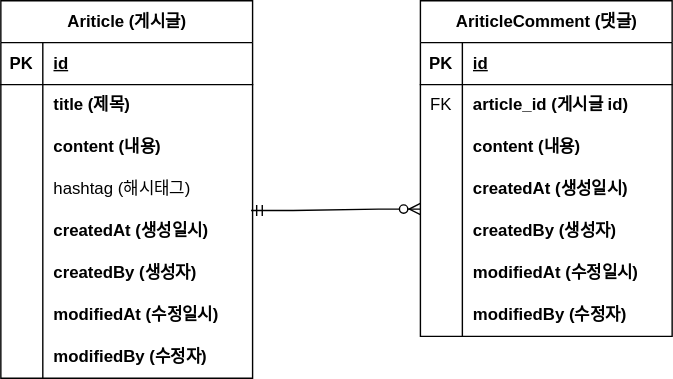
The draw.io diagram project-board-erd.svg in gjehdalshh/fastcompus-project-board, before a commit. Source tidied: cells renumbered, new cells last; positions are measured from the earlier drawing's top-left corner, leaving out a move shared by most shapes.
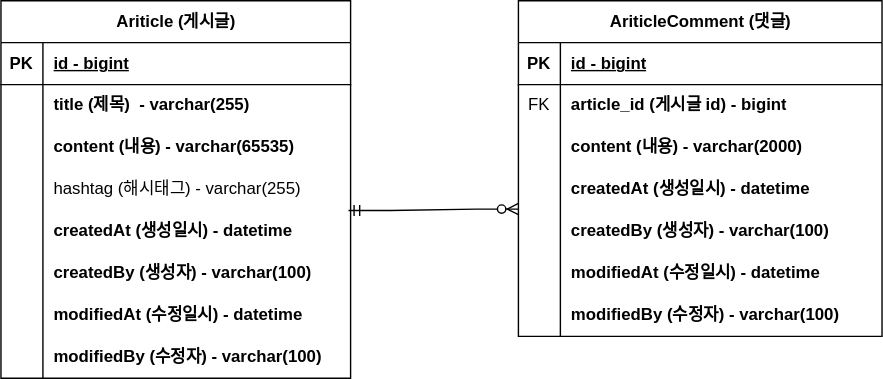
Later version of the same file.

What changed in the source:
```diff
@@ -3,145 +3,145 @@
     <mxCell id="0" />
     <mxCell id="1" parent="0" />
     <mxCell id="2" value="Ariticle (게시글)" style="shape=table;startSize=30;rowLines=0;fontStyle=1;align=center;html=1;" parent="1" vertex="1">
-      <mxGeometry width="180" height="270" as="geometry" />
+      <mxGeometry x="-70" width="250" height="270" as="geometry" />
     </mxCell>
     <mxCell id="3" style="shape=tableRow;horizontal=0;startSize=0;swimlaneHead=0;swimlaneBody=0;fillColor=none;top=0;left=0;right=0;bottom=1;" parent="2" vertex="1">
-      <mxGeometry y="30" width="180" height="30" as="geometry" />
+      <mxGeometry y="30" width="250" height="30" as="geometry" />
     </mxCell>
     <mxCell id="4" value="PK" style="shape=partialRectangle;fillColor=none;top=0;left=0;bottom=0;right=0;fontStyle=1;overflow=hidden;whiteSpace=wrap;html=1;" parent="3" vertex="1">
       <mxGeometry width="30" height="30" as="geometry" />
     </mxCell>
-    <mxCell id="5" value="id" style="shape=partialRectangle;fillColor=none;top=0;left=0;bottom=0;right=0;align=left;spacingLeft=6;fontStyle=5;overflow=hidden;whiteSpace=wrap;html=1;" parent="3" vertex="1">
-      <mxGeometry x="30" width="150" height="30" as="geometry" />
+    <mxCell id="5" value="id - bigint" style="shape=partialRectangle;fillColor=none;top=0;left=0;bottom=0;right=0;align=left;spacingLeft=6;fontStyle=5;overflow=hidden;whiteSpace=wrap;html=1;" parent="3" vertex="1">
+      <mxGeometry x="30" width="220" height="30" as="geometry" />
     </mxCell>
     <mxCell id="6" style="shape=tableRow;horizontal=0;startSize=0;swimlaneHead=0;swimlaneBody=0;fillColor=none;top=0;left=0;right=0;bottom=0;" parent="2" vertex="1">
-      <mxGeometry y="60" width="180" height="30" as="geometry" />
+      <mxGeometry y="60" width="250" height="30" as="geometry" />
     </mxCell>
     <mxCell id="7" style="shape=partialRectangle;fillColor=none;top=0;left=0;bottom=0;right=0;overflow=hidden;whiteSpace=wrap;html=1;" parent="6" vertex="1">
       <mxGeometry width="30" height="30" as="geometry" />
     </mxCell>
-    <mxCell id="8" value="title (제목)" style="shape=partialRectangle;fillColor=none;top=0;left=0;bottom=0;right=0;align=left;spacingLeft=6;overflow=hidden;whiteSpace=wrap;html=1;fontStyle=1;" parent="6" vertex="1">
-      <mxGeometry x="30" width="150" height="30" as="geometry" />
+    <mxCell id="8" value="title (제목)&amp;nbsp; - varchar(255)" style="shape=partialRectangle;fillColor=none;top=0;left=0;bottom=0;right=0;align=left;spacingLeft=6;overflow=hidden;whiteSpace=wrap;html=1;fontStyle=1;" parent="6" vertex="1">
+      <mxGeometry x="30" width="220" height="30" as="geometry" />
     </mxCell>
     <mxCell id="9" style="shape=tableRow;horizontal=0;startSize=0;swimlaneHead=0;swimlaneBody=0;fillColor=none;top=0;left=0;right=0;bottom=0;" parent="2" vertex="1">
-      <mxGeometry y="90" width="180" height="30" as="geometry" />
+      <mxGeometry y="90" width="250" height="30" as="geometry" />
     </mxCell>
     <mxCell id="10" style="shape=partialRectangle;fillColor=none;top=0;left=0;bottom=0;right=0;overflow=hidden;whiteSpace=wrap;html=1;" parent="9" vertex="1">
       <mxGeometry width="30" height="30" as="geometry" />
     </mxCell>
-    <mxCell id="11" value="content (내용)" style="shape=partialRectangle;fillColor=none;top=0;left=0;bottom=0;right=0;align=left;spacingLeft=6;overflow=hidden;whiteSpace=wrap;html=1;fontStyle=1;" parent="9" vertex="1">
-      <mxGeometry x="30" width="150" height="30" as="geometry" />
+    <mxCell id="11" value="content (내용) - varchar(65535)" style="shape=partialRectangle;fillColor=none;top=0;left=0;bottom=0;right=0;align=left;spacingLeft=6;overflow=hidden;whiteSpace=wrap;html=1;fontStyle=1;" parent="9" vertex="1">
+      <mxGeometry x="30" width="220" height="30" as="geometry" />
     </mxCell>
     <mxCell id="12" style="shape=tableRow;horizontal=0;startSize=0;swimlaneHead=0;swimlaneBody=0;fillColor=none;top=0;left=0;right=0;bottom=0;" parent="2" vertex="1">
-      <mxGeometry y="120" width="180" height="30" as="geometry" />
+      <mxGeometry y="120" width="250" height="30" as="geometry" />
     </mxCell>
     <mxCell id="13" style="shape=partialRectangle;fillColor=none;top=0;left=0;bottom=0;right=0;overflow=hidden;whiteSpace=wrap;html=1;" parent="12" vertex="1">
       <mxGeometry width="30" height="30" as="geometry" />
     </mxCell>
-    <mxCell id="14" value="hashtag (해시태그)" style="shape=partialRectangle;fillColor=none;top=0;left=0;bottom=0;right=0;align=left;spacingLeft=6;overflow=hidden;whiteSpace=wrap;html=1;" parent="12" vertex="1">
-      <mxGeometry x="30" width="150" height="30" as="geometry" />
+    <mxCell id="14" value="hashtag (해시태그) - varchar(255)" style="shape=partialRectangle;fillColor=none;top=0;left=0;bottom=0;right=0;align=left;spacingLeft=6;overflow=hidden;whiteSpace=wrap;html=1;" parent="12" vertex="1">
+      <mxGeometry x="30" width="220" height="30" as="geometry" />
     </mxCell>
     <mxCell id="15" style="shape=tableRow;horizontal=0;startSize=0;swimlaneHead=0;swimlaneBody=0;fillColor=none;points=[[0,0.5],[1,0.5]];portConstraint=eastwest;top=0;left=0;right=0;bottom=0;" parent="2" vertex="1">
-      <mxGeometry y="150" width="180" height="30" as="geometry" />
+      <mxGeometry y="150" width="250" height="30" as="geometry" />
     </mxCell>
     <mxCell id="16" style="shape=partialRectangle;fillColor=none;top=0;left=0;bottom=0;right=0;overflow=hidden;whiteSpace=wrap;html=1;" parent="15" vertex="1">
       <mxGeometry width="30" height="30" as="geometry" />
     </mxCell>
-    <mxCell id="17" value="createdAt (생성일시)" style="shape=partialRectangle;fillColor=none;top=0;left=0;bottom=0;right=0;align=left;spacingLeft=6;overflow=hidden;whiteSpace=wrap;html=1;fontStyle=1;" parent="15" vertex="1">
-      <mxGeometry x="30" width="150" height="30" as="geometry" />
+    <mxCell id="17" value="createdAt (생성일시) - datetime" style="shape=partialRectangle;fillColor=none;top=0;left=0;bottom=0;right=0;align=left;spacingLeft=6;overflow=hidden;whiteSpace=wrap;html=1;fontStyle=1;" parent="15" vertex="1">
+      <mxGeometry x="30" width="220" height="30" as="geometry" />
     </mxCell>
     <mxCell id="18" style="shape=tableRow;horizontal=0;startSize=0;swimlaneHead=0;swimlaneBody=0;fillColor=none;top=0;left=0;right=0;bottom=0;" parent="2" vertex="1">
-      <mxGeometry y="180" width="180" height="30" as="geometry" />
+      <mxGeometry y="180" width="250" height="30" as="geometry" />
     </mxCell>
     <mxCell id="19" style="shape=partialRectangle;fillColor=none;top=0;left=0;bottom=0;right=0;overflow=hidden;whiteSpace=wrap;html=1;" parent="18" vertex="1">
       <mxGeometry width="30" height="30" as="geometry" />
     </mxCell>
-    <mxCell id="20" value="createdBy (생성자)" style="shape=partialRectangle;fillColor=none;top=0;left=0;bottom=0;right=0;align=left;spacingLeft=6;overflow=hidden;whiteSpace=wrap;html=1;fontStyle=1;" parent="18" vertex="1">
-      <mxGeometry x="30" width="150" height="30" as="geometry" />
+    <mxCell id="20" value="createdBy (생성자) - varchar(100)" style="shape=partialRectangle;fillColor=none;top=0;left=0;bottom=0;right=0;align=left;spacingLeft=6;overflow=hidden;whiteSpace=wrap;html=1;fontStyle=1;" parent="18" vertex="1">
+      <mxGeometry x="30" width="220" height="30" as="geometry" />
     </mxCell>
     <mxCell id="21" style="shape=tableRow;horizontal=0;startSize=0;swimlaneHead=0;swimlaneBody=0;fillColor=none;top=0;left=0;right=0;bottom=0;" parent="2" vertex="1">
-      <mxGeometry y="210" width="180" height="30" as="geometry" />
+      <mxGeometry y="210" width="250" height="30" as="geometry" />
     </mxCell>
     <mxCell id="22" style="shape=partialRectangle;fillColor=none;top=0;left=0;bottom=0;right=0;overflow=hidden;whiteSpace=wrap;html=1;" parent="21" vertex="1">
       <mxGeometry width="30" height="30" as="geometry" />
     </mxCell>
-    <mxCell id="23" value="modifiedAt (수정일시)" style="shape=partialRectangle;fillColor=none;top=0;left=0;bottom=0;right=0;align=left;spacingLeft=6;overflow=hidden;whiteSpace=wrap;html=1;fontStyle=1;" parent="21" vertex="1">
-      <mxGeometry x="30" width="150" height="30" as="geometry" />
+    <mxCell id="23" value="modifiedAt (수정일시) - datetime" style="shape=partialRectangle;fillColor=none;top=0;left=0;bottom=0;right=0;align=left;spacingLeft=6;overflow=hidden;whiteSpace=wrap;html=1;fontStyle=1;" parent="21" vertex="1">
+      <mxGeometry x="30" width="220" height="30" as="geometry" />
     </mxCell>
     <mxCell id="24" style="shape=tableRow;horizontal=0;startSize=0;swimlaneHead=0;swimlaneBody=0;fillColor=none;top=0;left=0;right=0;bottom=0;" parent="2" vertex="1">
-      <mxGeometry y="240" width="180" height="30" as="geometry" />
+      <mxGeometry y="240" width="250" height="30" as="geometry" />
     </mxCell>
     <mxCell id="25" style="shape=partialRectangle;fillColor=none;top=0;left=0;bottom=0;right=0;overflow=hidden;whiteSpace=wrap;html=1;" parent="24" vertex="1">
       <mxGeometry width="30" height="30" as="geometry" />
     </mxCell>
-    <mxCell id="26" value="modifiedBy (수정자)" style="shape=partialRectangle;fillColor=none;top=0;left=0;bottom=0;right=0;align=left;spacingLeft=6;overflow=hidden;whiteSpace=wrap;html=1;fontStyle=1;" parent="24" vertex="1">
-      <mxGeometry x="30" width="150" height="30" as="geometry" />
+    <mxCell id="26" value="modifiedBy (수정자) - varchar(100)" style="shape=partialRectangle;fillColor=none;top=0;left=0;bottom=0;right=0;align=left;spacingLeft=6;overflow=hidden;whiteSpace=wrap;html=1;fontStyle=1;" parent="24" vertex="1">
+      <mxGeometry x="30" width="220" height="30" as="geometry" />
     </mxCell>
     <mxCell id="27" value="AriticleComment (댓글)" style="shape=table;startSize=30;rowLines=0;fontStyle=1;align=center;html=1;" parent="1" vertex="1">
-      <mxGeometry x="300" width="180" height="240" as="geometry" />
+      <mxGeometry x="300" width="260" height="240" as="geometry" />
     </mxCell>
     <mxCell id="28" style="shape=tableRow;horizontal=0;startSize=0;swimlaneHead=0;swimlaneBody=0;fillColor=none;top=0;left=0;right=0;bottom=1;" parent="27" vertex="1">
-      <mxGeometry y="30" width="180" height="30" as="geometry" />
+      <mxGeometry y="30" width="260" height="30" as="geometry" />
     </mxCell>
     <mxCell id="29" value="PK" style="shape=partialRectangle;fillColor=none;top=0;left=0;bottom=0;right=0;fontStyle=1;overflow=hidden;whiteSpace=wrap;html=1;" parent="28" vertex="1">
       <mxGeometry width="30" height="30" as="geometry" />
     </mxCell>
-    <mxCell id="30" value="id" style="shape=partialRectangle;fillColor=none;top=0;left=0;bottom=0;right=0;align=left;spacingLeft=6;fontStyle=5;overflow=hidden;whiteSpace=wrap;html=1;" parent="28" vertex="1">
-      <mxGeometry x="30" width="150" height="30" as="geometry" />
+    <mxCell id="30" value="id - bigint" style="shape=partialRectangle;fillColor=none;top=0;left=0;bottom=0;right=0;align=left;spacingLeft=6;fontStyle=5;overflow=hidden;whiteSpace=wrap;html=1;" parent="28" vertex="1">
+      <mxGeometry x="30" width="230" height="30" as="geometry" />
     </mxCell>
     <mxCell id="31" style="shape=tableRow;horizontal=0;startSize=0;swimlaneHead=0;swimlaneBody=0;fillColor=none;top=0;left=0;right=0;bottom=0;" parent="27" vertex="1">
-      <mxGeometry y="60" width="180" height="30" as="geometry" />
+      <mxGeometry y="60" width="260" height="30" as="geometry" />
     </mxCell>
     <mxCell id="32" value="FK" style="shape=partialRectangle;fillColor=none;top=0;left=0;bottom=0;right=0;overflow=hidden;whiteSpace=wrap;html=1;" parent="31" vertex="1">
       <mxGeometry width="30" height="30" as="geometry" />
     </mxCell>
-    <mxCell id="33" value="article_id (게시글 id)" style="shape=partialRectangle;fillColor=none;top=0;left=0;bottom=0;right=0;align=left;spacingLeft=6;overflow=hidden;whiteSpace=wrap;html=1;fontStyle=1;" parent="31" vertex="1">
-      <mxGeometry x="30" width="150" height="30" as="geometry" />
+    <mxCell id="33" value="article_id (게시글 id) - bigint" style="shape=partialRectangle;fillColor=none;top=0;left=0;bottom=0;right=0;align=left;spacingLeft=6;overflow=hidden;whiteSpace=wrap;html=1;fontStyle=1;" parent="31" vertex="1">
+      <mxGeometry x="30" width="230" height="30" as="geometry" />
     </mxCell>
     <mxCell id="34" style="shape=tableRow;horizontal=0;startSize=0;swimlaneHead=0;swimlaneBody=0;fillColor=none;top=0;left=0;right=0;bottom=0;" parent="27" vertex="1">
-      <mxGeometry y="90" width="180" height="30" as="geometry" />
+      <mxGeometry y="90" width="260" height="30" as="geometry" />
     </mxCell>
     <mxCell id="35" style="shape=partialRectangle;fillColor=none;top=0;left=0;bottom=0;right=0;overflow=hidden;whiteSpace=wrap;html=1;" parent="34" vertex="1">
       <mxGeometry width="30" height="30" as="geometry" />
     </mxCell>
-    <mxCell id="36" value="content (내용)" style="shape=partialRectangle;fillColor=none;top=0;left=0;bottom=0;right=0;align=left;spacingLeft=6;overflow=hidden;whiteSpace=wrap;html=1;fontStyle=1;" parent="34" vertex="1">
-      <mxGeometry x="30" width="150" height="30" as="geometry" />
+    <mxCell id="36" value="content (내용) - varchar(2000)" style="shape=partialRectangle;fillColor=none;top=0;left=0;bottom=0;right=0;align=left;spacingLeft=6;overflow=hidden;whiteSpace=wrap;html=1;fontStyle=1;" parent="34" vertex="1">
+      <mxGeometry x="30" width="230" height="30" as="geometry" />
     </mxCell>
     <mxCell id="37" style="shape=tableRow;horizontal=0;startSize=0;swimlaneHead=0;swimlaneBody=0;fillColor=none;top=0;left=0;right=0;bottom=0;" parent="27" vertex="1">
-      <mxGeometry y="120" width="180" height="30" as="geometry" />
+      <mxGeometry y="120" width="260" height="30" as="geometry" />
     </mxCell>
     <mxCell id="38" style="shape=partialRectangle;fillColor=none;top=0;left=0;bottom=0;right=0;overflow=hidden;whiteSpace=wrap;html=1;" parent="37" vertex="1">
       <mxGeometry width="30" height="30" as="geometry" />
     </mxCell>
-    <mxCell id="39" value="createdAt (생성일시)" style="shape=partialRectangle;fillColor=none;top=0;left=0;bottom=0;right=0;align=left;spacingLeft=6;overflow=hidden;whiteSpace=wrap;html=1;fontStyle=1;" parent="37" vertex="1">
-      <mxGeometry x="30" width="150" height="30" as="geometry" />
+    <mxCell id="39" value="createdAt (생성일시) - datetime" style="shape=partialRectangle;fillColor=none;top=0;left=0;bottom=0;right=0;align=left;spacingLeft=6;overflow=hidden;whiteSpace=wrap;html=1;fontStyle=1;" parent="37" vertex="1">
+      <mxGeometry x="30" width="230" height="30" as="geometry" />
     </mxCell>
     <mxCell id="40" style="shape=tableRow;horizontal=0;startSize=0;swimlaneHead=0;swimlaneBody=0;fillColor=none;points=[[0,0.5],[1,0.5]];portConstraint=eastwest;top=0;left=0;right=0;bottom=0;" parent="27" vertex="1">
-      <mxGeometry y="150" width="180" height="30" as="geometry" />
+      <mxGeometry y="150" width="260" height="30" as="geometry" />
     </mxCell>
     <mxCell id="41" style="shape=partialRectangle;fillColor=none;top=0;left=0;bottom=0;right=0;overflow=hidden;whiteSpace=wrap;html=1;" parent="40" vertex="1">
       <mxGeometry width="30" height="30" as="geometry" />
     </mxCell>
-    <mxCell id="42" value="createdBy (생성자)" style="shape=partialRectangle;fillColor=none;top=0;left=0;bottom=0;right=0;align=left;spacingLeft=6;overflow=hidden;whiteSpace=wrap;html=1;fontStyle=1;" parent="40" vertex="1">
-      <mxGeometry x="30" width="150" height="30" as="geometry" />
+    <mxCell id="42" value="createdBy (생성자) - varchar(100)" style="shape=partialRectangle;fillColor=none;top=0;left=0;bottom=0;right=0;align=left;spacingLeft=6;overflow=hidden;whiteSpace=wrap;html=1;fontStyle=1;" parent="40" vertex="1">
+      <mxGeometry x="30" width="230" height="30" as="geometry" />
     </mxCell>
     <mxCell id="43" style="shape=tableRow;horizontal=0;startSize=0;swimlaneHead=0;swimlaneBody=0;fillColor=none;top=0;left=0;right=0;bottom=0;" parent="27" vertex="1">
-      <mxGeometry y="180" width="180" height="30" as="geometry" />
+      <mxGeometry y="180" width="260" height="30" as="geometry" />
     </mxCell>
     <mxCell id="44" style="shape=partialRectangle;fillColor=none;top=0;left=0;bottom=0;right=0;overflow=hidden;whiteSpace=wrap;html=1;" parent="43" vertex="1">
       <mxGeometry width="30" height="30" as="geometry" />
     </mxCell>
-    <mxCell id="45" value="modifiedAt (수정일시)" style="shape=partialRectangle;fillColor=none;top=0;left=0;bottom=0;right=0;align=left;spacingLeft=6;overflow=hidden;whiteSpace=wrap;html=1;fontStyle=1;" parent="43" vertex="1">
-      <mxGeometry x="30" width="150" height="30" as="geometry" />
+    <mxCell id="45" value="modifiedAt (수정일시) - datetime" style="shape=partialRectangle;fillColor=none;top=0;left=0;bottom=0;right=0;align=left;spacingLeft=6;overflow=hidden;whiteSpace=wrap;html=1;fontStyle=1;" parent="43" vertex="1">
+      <mxGeometry x="30" width="230" height="30" as="geometry" />
     </mxCell>
     <mxCell id="46" style="shape=tableRow;horizontal=0;startSize=0;swimlaneHead=0;swimlaneBody=0;fillColor=none;top=0;left=0;right=0;bottom=0;" parent="27" vertex="1">
-      <mxGeometry y="210" width="180" height="30" as="geometry" />
+      <mxGeometry y="210" width="260" height="30" as="geometry" />
     </mxCell>
     <mxCell id="47" style="shape=partialRectangle;fillColor=none;top=0;left=0;bottom=0;right=0;overflow=hidden;whiteSpace=wrap;html=1;" parent="46" vertex="1">
       <mxGeometry width="30" height="30" as="geometry" />
     </mxCell>
-    <mxCell id="48" value="modifiedBy (수정자)" style="shape=partialRectangle;fillColor=none;top=0;left=0;bottom=0;right=0;align=left;spacingLeft=6;overflow=hidden;whiteSpace=wrap;html=1;fontStyle=1;" parent="46" vertex="1">
-      <mxGeometry x="30" width="150" height="30" as="geometry" />
+    <mxCell id="48" value="modifiedBy (수정자) - varchar(100)" style="shape=partialRectangle;fillColor=none;top=0;left=0;bottom=0;right=0;align=left;spacingLeft=6;overflow=hidden;whiteSpace=wrap;html=1;fontStyle=1;" parent="46" vertex="1">
+      <mxGeometry x="30" width="230" height="30" as="geometry" />
     </mxCell>
     <mxCell id="49" style="edgeStyle=entityRelationEdgeStyle;fontSize=12;html=1;endArrow=ERzeroToMany;startArrow=ERmandOne;rounded=0;entryX=0;entryY=-0.033;entryDx=0;entryDy=0;entryPerimeter=0;exitX=0.994;exitY=0;exitDx=0;exitDy=0;exitPerimeter=0;" parent="1" edge="1" source="15" target="40">
       <mxGeometry relative="1" as="geometry" />
```
